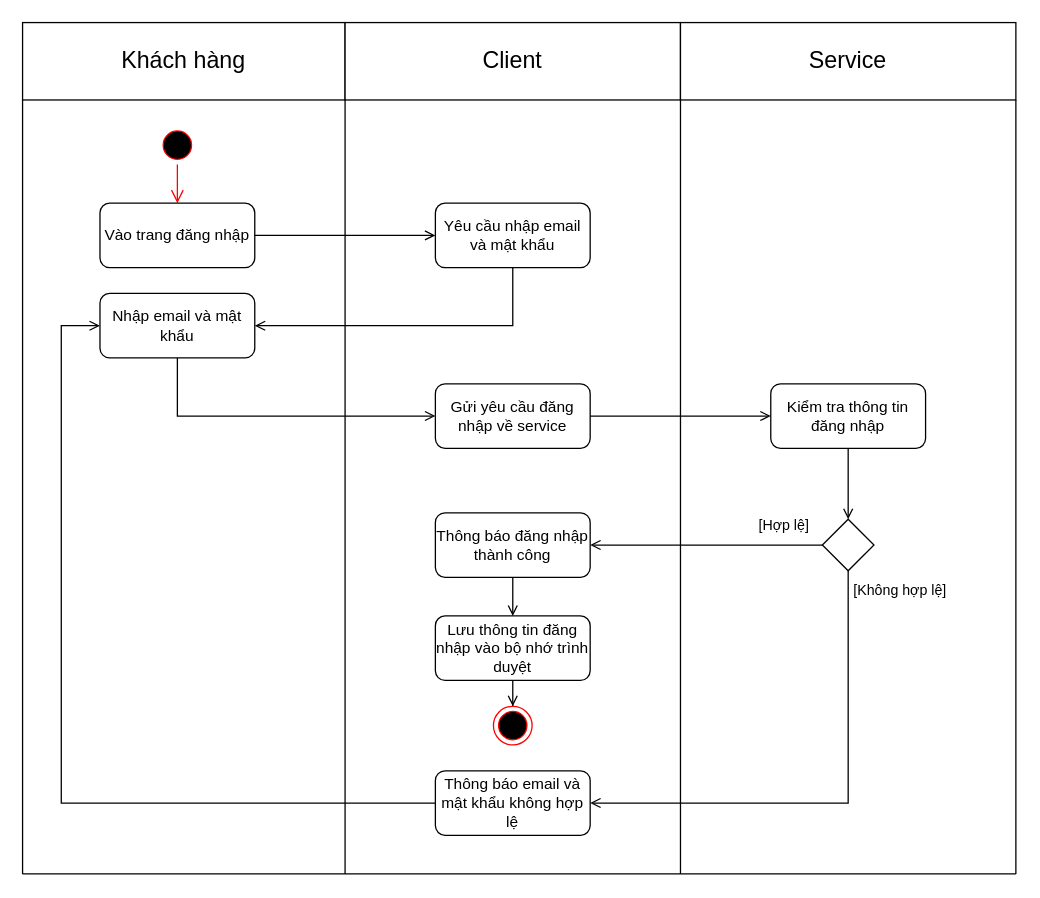
Earlier version of the draw.io diagram page "Activity Diagram (Login)" (3 of 12) of document/diagram/PBL03.drawio (BlenDMinh/PBL03). Source tidied: cells renumbered, new cells numbered last; positions are measured from the earlier drawing's top-left corner, leaving out a move shared by most shapes. Both pictures are drawn from the tidied source at 129%, with x=0, y=0 at pixel (22, 22).
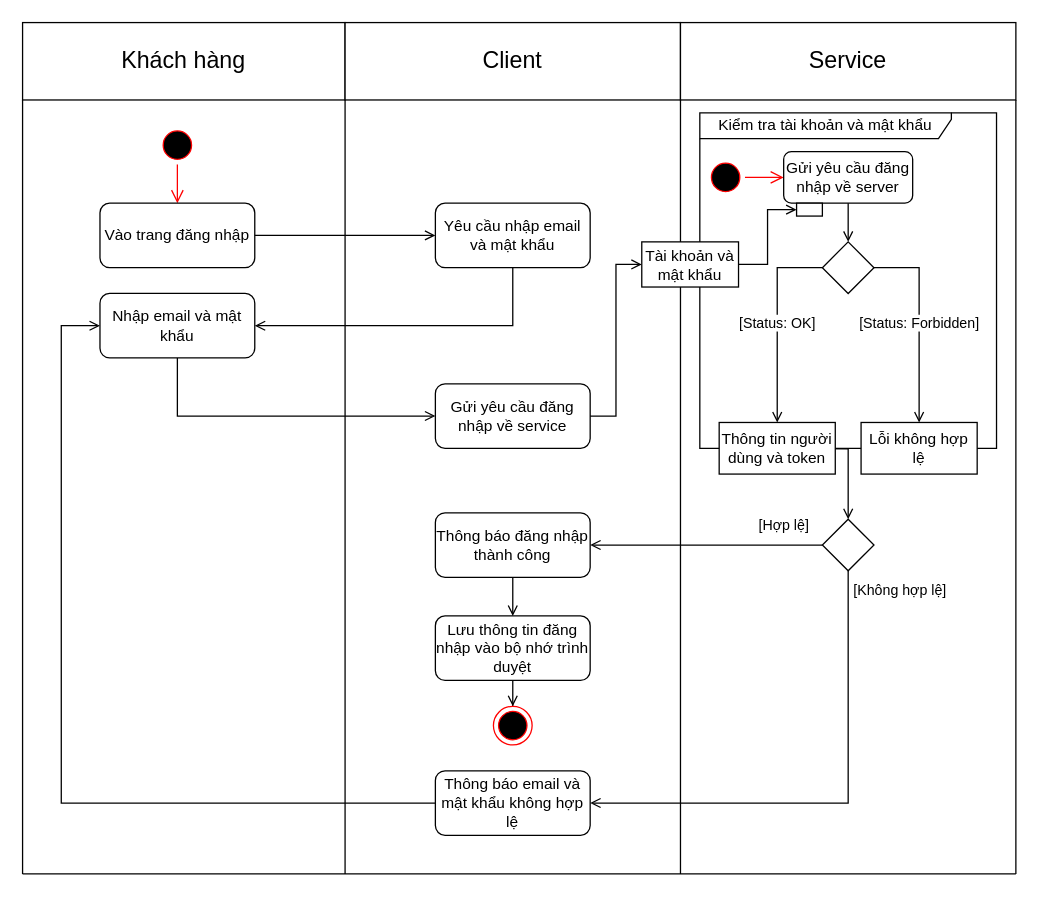
The same page after the edit.

The change refers to these unchanged cells:
```xml
<mxCell id="13" value="Gửi yêu cầu đăng nhập về service" style="rounded=1;whiteSpace=wrap;html=1;" parent="1" vertex="1">
  <mxGeometry x="320" y="280" width="120" height="50" as="geometry" />
</mxCell>
<mxCell id="16" style="rhombus;whiteSpace=wrap;html=1;" parent="1" vertex="1">
  <mxGeometry x="620" y="385" width="40" height="40" as="geometry" />
</mxCell>
```

Diff of the diagram source:
```diff
@@
-    <mxCell id="14" value="Kiểm tra thông tin đăng nhập" style="rounded=1;whiteSpace=wrap;html=1;" parent="1" vertex="1">
-      <mxGeometry x="580" y="280" width="120" height="50" as="geometry" />
-    </mxCell>
-    <mxCell id="15" style="endArrow=open;html=1;rounded=0;exitX=1;exitY=0.5;exitDx=0;exitDy=0;entryX=0;entryY=0.5;entryDx=0;entryDy=0;endFill=0;edgeStyle=orthogonalEdgeStyle;" parent="1" edge="1" source="13" target="14">
-      <mxGeometry relative="1" as="geometry">
-        <Array as="points">
-          <mxPoint x="560" y="305" />
-          <mxPoint x="560" y="305" />
-        </Array>
-      </mxGeometry>
+    <mxCell id="15" style="endArrow=open;html=1;rounded=0;exitX=1;exitY=0.5;exitDx=0;exitDy=0;endFill=0;entryX=0;entryY=0.5;entryDx=0;entryDy=0;edgeStyle=orthogonalEdgeStyle;" parent="1" edge="1" source="13" target="43">
+      <mxGeometry relative="1" as="geometry" />
     </mxCell>
@@
-    <mxCell id="17" style="endArrow=open;html=1;rounded=0;exitX=0.5;exitY=1;exitDx=0;exitDy=0;entryX=0.5;entryY=0;entryDx=0;entryDy=0;endFill=0;edgeStyle=orthogonalEdgeStyle;" parent="1" edge="1" source="14" target="16">
-      <mxGeometry relative="1" as="geometry" />
+    <mxCell id="17" style="endArrow=open;html=1;rounded=0;exitX=0.5;exitY=1;exitDx=0;exitDy=0;entryX=0.5;entryY=0;entryDx=0;entryDy=0;endFill=0;edgeStyle=orthogonalEdgeStyle;" parent="1" edge="1" target="16">
+      <mxGeometry relative="1" as="geometry">
+        <mxPoint x="560" y="330" as="sourcePoint" />
+      </mxGeometry>
     </mxCell>
@@
+    <mxCell id="32" value="Kiểm tra tài khoản và mật khẩu" style="shape=umlFrame;whiteSpace=wrap;html=1;width=195;height=20;" parent="1" vertex="1">
+      <mxGeometry x="525" y="70" width="230" height="260" as="geometry" />
+    </mxCell>
+    <mxCell id="33" style="ellipse;html=1;shape=startState;fillColor=#000000;strokeColor=#ff0000;" parent="1" vertex="1">
+      <mxGeometry x="530" y="105" width="30" height="30" as="geometry" />
+    </mxCell>
+    <mxCell id="34" style="edgeStyle=orthogonalEdgeStyle;html=1;verticalAlign=bottom;endArrow=open;endSize=8;strokeColor=#ff0000;rounded=0;entryX=0;entryY=0.5;entryDx=0;entryDy=0;" parent="1" edge="1" source="33" target="35">
+      <mxGeometry relative="1" as="geometry" />
+    </mxCell>
+    <mxCell id="35" value="Gửi yêu cầu đăng nhập về server" style="rounded=1;whiteSpace=wrap;html=1;" parent="1" vertex="1">
+      <mxGeometry x="590" y="100" width="100" height="40" as="geometry" />
+    </mxCell>
+    <mxCell id="36" style="rhombus;whiteSpace=wrap;html=1;" parent="1" vertex="1">
+      <mxGeometry x="620" y="170" width="40" height="40" as="geometry" />
+    </mxCell>
+    <mxCell id="37" style="endArrow=open;html=1;rounded=0;exitX=0.5;exitY=1;exitDx=0;exitDy=0;endFill=0;entryX=0.5;entryY=0;entryDx=0;entryDy=0;" parent="1" edge="1" source="35" target="36">
+      <mxGeometry relative="1" as="geometry" />
+    </mxCell>
+    <mxCell id="38" value="Thông tin người dùng và token" style="html=1;whiteSpace=wrap;" parent="1" vertex="1">
+      <mxGeometry x="540" y="310" width="90" height="40" as="geometry" />
+    </mxCell>
+    <mxCell id="39" value="Lỗi không hợp lệ" style="html=1;whiteSpace=wrap;" parent="1" vertex="1">
+      <mxGeometry x="650" y="310" width="90" height="40" as="geometry" />
+    </mxCell>
+    <mxCell id="40" value="[Status: Forbidden]" style="endArrow=open;html=1;rounded=0;exitX=1;exitY=0.5;exitDx=0;exitDy=0;endFill=0;entryX=0.5;entryY=0;entryDx=0;entryDy=0;edgeStyle=orthogonalEdgeStyle;" parent="1" edge="1" source="36" target="39">
+      <mxGeometry relative="1" as="geometry" />
+    </mxCell>
+    <mxCell id="41" value="[Status: OK]" style="endArrow=open;html=1;rounded=0;exitX=0;exitY=0.5;exitDx=0;exitDy=0;endFill=0;entryX=0.5;entryY=0;entryDx=0;entryDy=0;edgeStyle=orthogonalEdgeStyle;" parent="1" edge="1" source="36" target="38">
+      <mxGeometry relative="1" as="geometry" />
+    </mxCell>
+    <mxCell id="42" style="html=1;whiteSpace=wrap;" parent="1" vertex="1">
+      <mxGeometry x="600" y="140" width="20" height="10" as="geometry" />
+    </mxCell>
+    <mxCell id="43" value="Tài khoản và mật khẩu" style="html=1;whiteSpace=wrap;" parent="1" vertex="1">
+      <mxGeometry x="480" y="170" width="75" height="35" as="geometry" />
+    </mxCell>
+    <mxCell id="44" style="endArrow=open;html=1;rounded=0;exitX=1;exitY=0.5;exitDx=0;exitDy=0;endFill=0;entryX=0;entryY=0.5;entryDx=0;entryDy=0;edgeStyle=orthogonalEdgeStyle;" parent="1" edge="1" source="43" target="42">
+      <mxGeometry relative="1" as="geometry" />
+    </mxCell>
```
